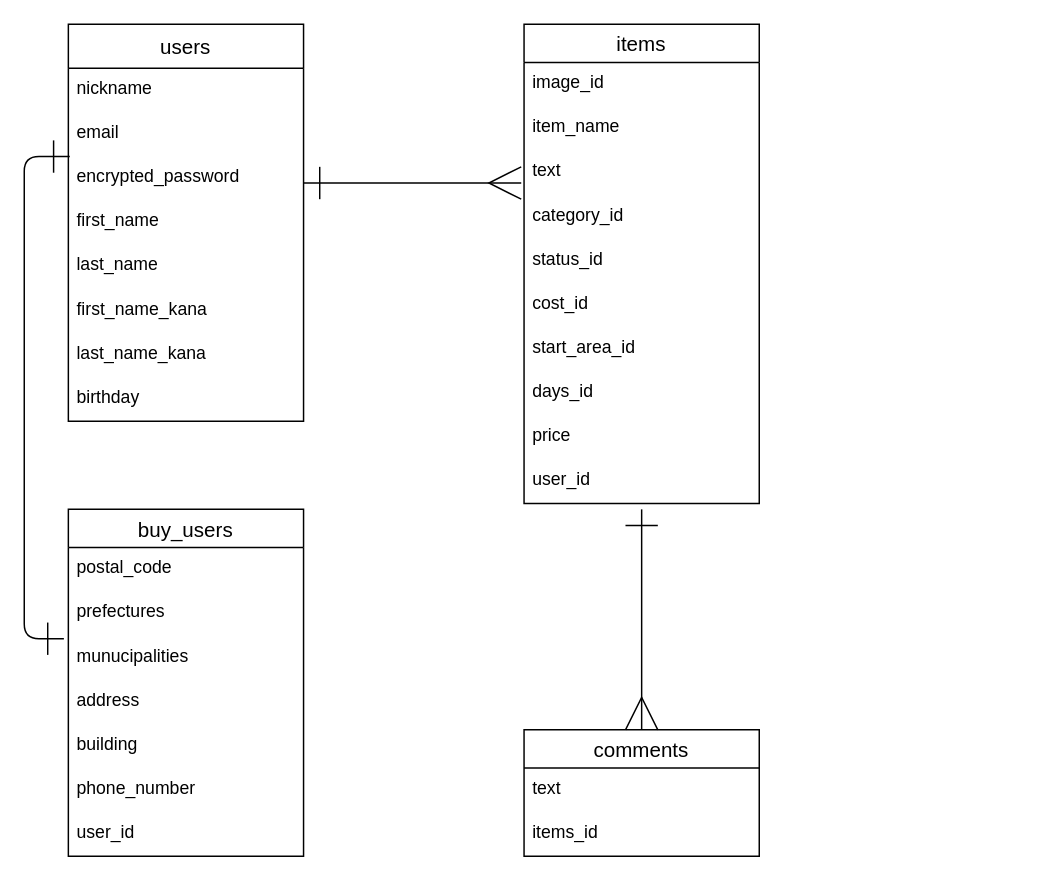
Above: furima_er.dio in yohei-ota/furima-36556 (draw.io), before the change. Source tidied: cells renumbered, new cells numbered last; positions are measured from the earlier drawing's top-left corner, leaving out a move shared by most shapes. Both pictures are drawn from the tidied source at 147%, with x=0, y=0 at pixel (24, 24).
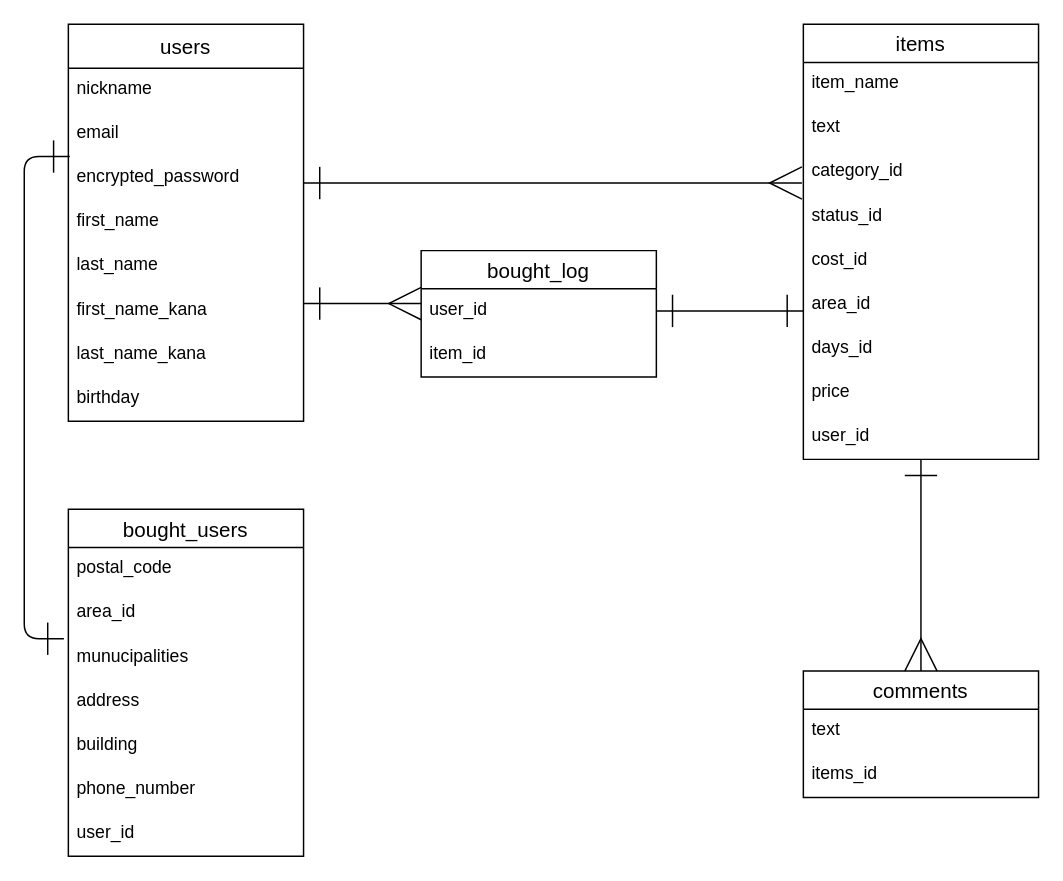
After the change.

Commit message (it also covers changes not shown here):
新しいテーブルの作成とER図、READMEの修正

What changed in the source:
```diff
@@
     <mxCell id="11" value="items" style="swimlane;fontStyle=0;horizontal=1;startSize=26;align=center;fontSize=14;" parent="1" vertex="1">
-      <mxGeometry x="340" width="160" height="326" as="geometry" />
+      <mxGeometry x="530" width="160" height="296" as="geometry" />
     </mxCell>
-    <mxCell id="12" value="image_id" style="text;strokeColor=none;fillColor=none;spacingLeft=4;spacingRight=4;overflow=hidden;fontSize=12;" parent="11" vertex="1">
-      <mxGeometry y="26" width="160" height="30" as="geometry" />
-    </mxCell>
     <mxCell id="13" value="item_name" style="text;strokeColor=none;fillColor=none;spacingLeft=4;spacingRight=4;overflow=hidden;fontSize=12;" parent="11" vertex="1">
-      <mxGeometry y="56" width="160" height="30" as="geometry" />
+      <mxGeometry y="26" width="160" height="30" as="geometry" />
     </mxCell>
     <mxCell id="14" value="text" style="text;strokeColor=none;fillColor=none;spacingLeft=4;spacingRight=4;overflow=hidden;points=[[0,0.5],[1,0.5]];portConstraint=eastwest;fontSize=12;" parent="11" vertex="1">
-      <mxGeometry y="86" width="160" height="30" as="geometry" />
+      <mxGeometry y="56" width="160" height="30" as="geometry" />
     </mxCell>
     <mxCell id="15" value="category_id" style="text;strokeColor=none;fillColor=none;spacingLeft=4;spacingRight=4;overflow=hidden;points=[[0,0.5],[1,0.5]];portConstraint=eastwest;fontSize=12;" parent="11" vertex="1">
-      <mxGeometry y="116" width="160" height="30" as="geometry" />
+      <mxGeometry y="86" width="160" height="30" as="geometry" />
     </mxCell>
     <mxCell id="16" value="status_id" style="text;strokeColor=none;fillColor=none;spacingLeft=4;spacingRight=4;overflow=hidden;fontSize=12;" parent="11" vertex="1">
-      <mxGeometry y="146" width="160" height="30" as="geometry" />
+      <mxGeometry y="116" width="160" height="30" as="geometry" />
     </mxCell>
     <mxCell id="17" value="cost_id" style="text;strokeColor=none;fillColor=none;spacingLeft=4;spacingRight=4;overflow=hidden;fontSize=12;" parent="11" vertex="1">
-      <mxGeometry y="176" width="160" height="30" as="geometry" />
+      <mxGeometry y="146" width="160" height="30" as="geometry" />
     </mxCell>
-    <mxCell id="18" value="start_area_id" style="text;strokeColor=none;fillColor=none;spacingLeft=4;spacingRight=4;overflow=hidden;fontSize=12;" parent="11" vertex="1">
-      <mxGeometry y="206" width="160" height="30" as="geometry" />
+    <mxCell id="18" value="area_id" style="text;strokeColor=none;fillColor=none;spacingLeft=4;spacingRight=4;overflow=hidden;fontSize=12;" parent="11" vertex="1">
+      <mxGeometry y="176" width="160" height="30" as="geometry" />
     </mxCell>
     <mxCell id="19" value="days_id" style="text;strokeColor=none;fillColor=none;spacingLeft=4;spacingRight=4;overflow=hidden;fontSize=12;" parent="11" vertex="1">
-      <mxGeometry y="236" width="160" height="30" as="geometry" />
+      <mxGeometry y="206" width="160" height="30" as="geometry" />
     </mxCell>
     <mxCell id="20" value="price" style="text;strokeColor=none;fillColor=none;spacingLeft=4;spacingRight=4;overflow=hidden;fontSize=12;" parent="11" vertex="1">
-      <mxGeometry y="266" width="160" height="30" as="geometry" />
+      <mxGeometry y="236" width="160" height="30" as="geometry" />
     </mxCell>
     <mxCell id="21" value="user_id" style="text;strokeColor=none;fillColor=none;spacingLeft=4;spacingRight=4;overflow=hidden;points=[[0,0.5],[1,0.5]];portConstraint=eastwest;fontSize=12;" parent="11" vertex="1">
-      <mxGeometry y="296" width="160" height="30" as="geometry" />
+      <mxGeometry y="266" width="160" height="30" as="geometry" />
     </mxCell>
-    <mxCell id="22" value="buy_users" style="swimlane;fontStyle=0;horizontal=1;startSize=26;align=center;fontSize=14;" parent="1" vertex="1">
+    <mxCell id="22" value="bought_users" style="swimlane;fontStyle=0;horizontal=1;startSize=26;align=center;fontSize=14;" parent="1" vertex="1">
       <mxGeometry x="30" y="330" width="160" height="236" as="geometry" />
     </mxCell>
@@
-    <mxCell id="24" value="prefectures" style="text;strokeColor=none;fillColor=none;spacingLeft=4;spacingRight=4;overflow=hidden;fontSize=12;" parent="22" vertex="1">
+    <mxCell id="24" value="area_id" style="text;strokeColor=none;fillColor=none;spacingLeft=4;spacingRight=4;overflow=hidden;fontSize=12;" parent="22" vertex="1">
       <mxGeometry y="56" width="160" height="30" as="geometry" />
     </mxCell>
@@
-    <mxCell id="31" style="edgeStyle=entityRelationEdgeStyle;fontSize=12;html=1;endArrow=ERmany;endFill=0;entryX=-0.012;entryY=0.733;entryDx=0;entryDy=0;entryPerimeter=0;startArrow=ERone;startFill=0;strokeWidth=1;endSize=20;startSize=20;" parent="1" edge="1" target="14">
+    <mxCell id="31" style="edgeStyle=entityRelationEdgeStyle;fontSize=12;html=1;endArrow=ERmany;endFill=0;startArrow=ERone;startFill=0;strokeWidth=1;endSize=20;startSize=20;entryX=-0.006;entryY=0.733;entryDx=0;entryDy=0;entryPerimeter=0;" parent="1" edge="1" target="15">
       <mxGeometry relative="1" as="geometry">
         <mxPoint x="190" y="108" as="sourcePoint" />
       </mxGeometry>
     </mxCell>
     <mxCell id="32" value="comments" style="swimlane;fontStyle=0;horizontal=1;startSize=26;align=center;fontSize=14;" parent="1" vertex="1">
-      <mxGeometry x="340" y="480" width="160" height="86" as="geometry" />
+      <mxGeometry x="530" y="440" width="160" height="86" as="geometry" />
     </mxCell>
@@
-    <mxCell id="35" style="fontSize=12;html=1;endArrow=ERmany;endFill=0;entryX=0.5;entryY=0;entryDx=0;entryDy=0;startArrow=ERone;startFill=0;endSize=20;startSize=20;" parent="1" edge="1" target="32">
-      <mxGeometry relative="1" as="geometry">
-        <mxPoint x="420" y="330" as="sourcePoint" />
-      </mxGeometry>
+    <mxCell id="35" style="fontSize=12;html=1;endArrow=ERmany;endFill=0;entryX=0.5;entryY=0;entryDx=0;entryDy=0;startArrow=ERone;startFill=0;endSize=20;startSize=20;" parent="1" edge="1" source="21" target="32">
+      <mxGeometry relative="1" as="geometry" />
     </mxCell>
+    <mxCell id="36" value="bought_log" style="swimlane;fontStyle=0;horizontal=1;startSize=26;align=center;fontSize=14;" parent="1" vertex="1">
+      <mxGeometry x="270" y="154" width="160" height="86" as="geometry" />
+    </mxCell>
+    <mxCell id="37" value="user_id" style="text;strokeColor=none;fillColor=none;spacingLeft=4;spacingRight=4;overflow=hidden;points=[[0,0.5],[1,0.5]];portConstraint=eastwest;fontSize=12;" parent="36" vertex="1">
+      <mxGeometry y="26" width="160" height="30" as="geometry" />
+    </mxCell>
+    <mxCell id="38" value="item_id" style="text;strokeColor=none;fillColor=none;spacingLeft=4;spacingRight=4;overflow=hidden;fontSize=12;" parent="36" vertex="1">
+      <mxGeometry y="56" width="160" height="30" as="geometry" />
+    </mxCell>
+    <mxCell id="39" style="endArrow=ERone;html=1;rounded=0;exitX=1;exitY=0.5;exitDx=0;exitDy=0;startArrow=ERone;startFill=0;endFill=0;endSize=20;startSize=20;" parent="1" edge="1" source="37">
+      <mxGeometry relative="1" as="geometry">
+        <mxPoint x="530" y="195" as="targetPoint" />
+      </mxGeometry>
+    </mxCell>
+    <mxCell id="40" style="endArrow=ERmany;html=1;rounded=0;startArrow=ERone;startFill=0;endFill=0;endSize=20;startSize=20;" parent="1" edge="1">
+      <mxGeometry relative="1" as="geometry">
+        <mxPoint x="190" y="190" as="sourcePoint" />
+        <mxPoint x="270" y="190" as="targetPoint" />
+      </mxGeometry>
+    </mxCell>
```
